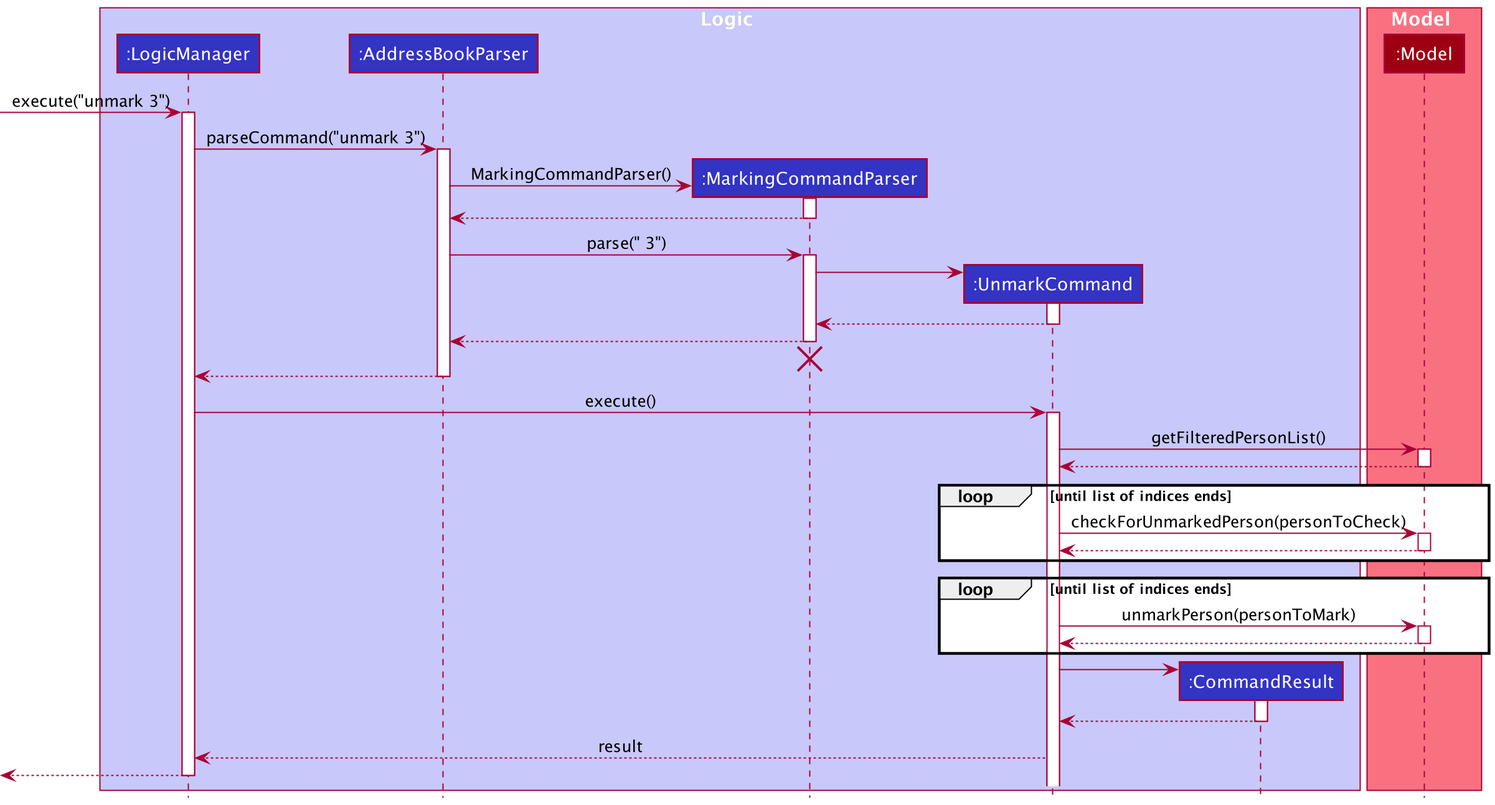
nus-cs2103-AY2122S1/tp keeps this PlantUML diagram as docs/images/UnmarkCommandSequenceDiagram.png. Above is the earlier version.
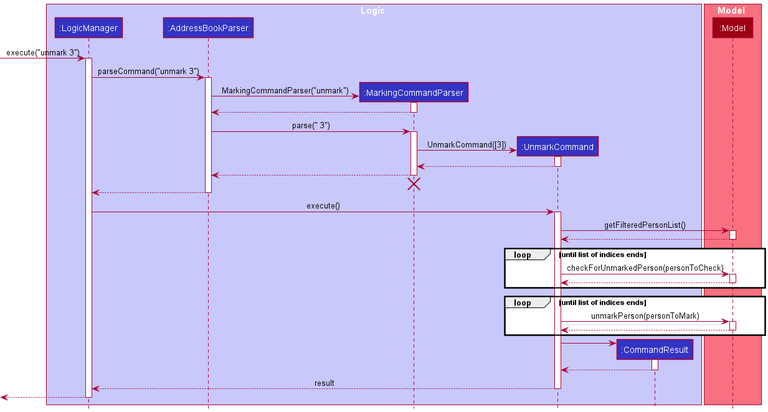
After the change.

Commit message:
Edit Unmark implementation section

The edit, as a diff of the source:
```diff
@@ -23,7 +23,7 @@
 
 
 
-AddressBookParser -> MarkingCommandParser: MarkingCommandParser()
+AddressBookParser -> MarkingCommandParser: MarkingCommandParser("unmark")
 activate MarkingCommandParser
 
 MarkingCommandParser --> AddressBookParser
@@ -34,7 +34,7 @@
 activate MarkingCommandParser
 
 create UnmarkCommand
-MarkingCommandParser -> UnmarkCommand
+MarkingCommandParser -> UnmarkCommand: UnmarkCommand([3])
 activate UnmarkCommand
 
 UnmarkCommand --> MarkingCommandParser :
@@ -77,6 +77,7 @@
 deactivate CommandResult
 
 UnmarkCommand --> LogicManager: result
+deactivate UnmarkCommand
 
 
 
```
